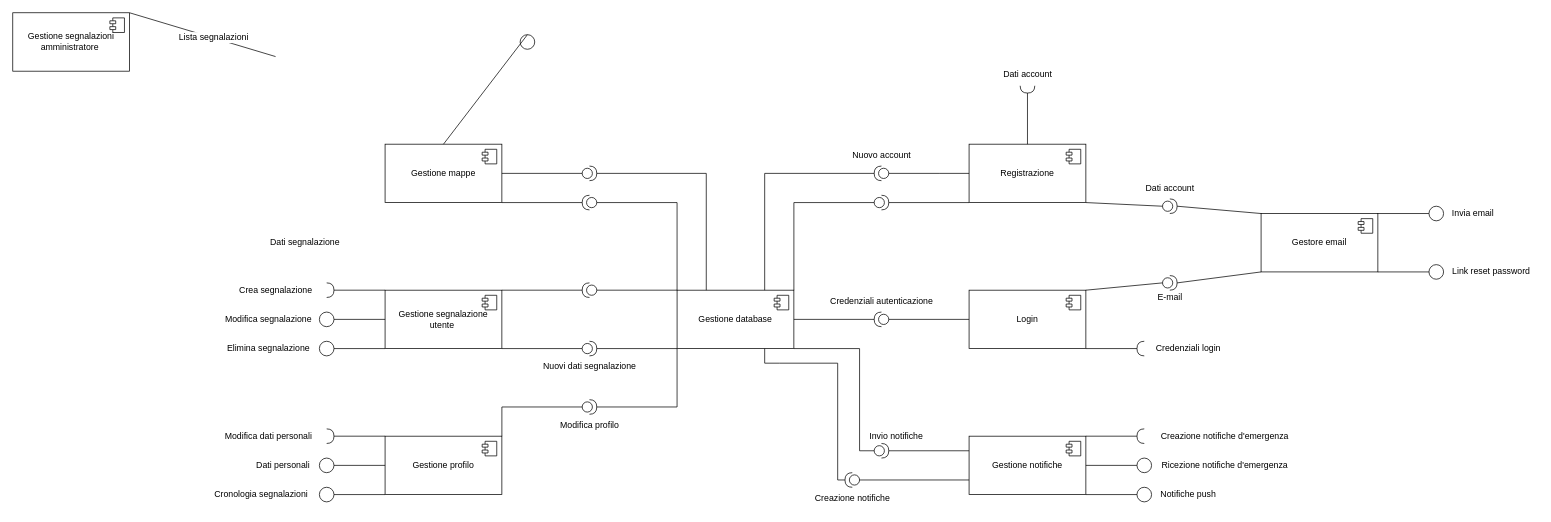
The draw.io diagram page "Copia di Pagina-1" (2 of 2) of ComponentDiagram.drawio in LucaBarbolini/Prova1, before the edit. Source tidied: cells renumbered, new cells numbered last; positions are measured from the earlier drawing's top-left corner, leaving out a move shared by most shapes. Both pictures are drawn from the tidied source at 73%, with x=0, y=0 at pixel (12, 12).
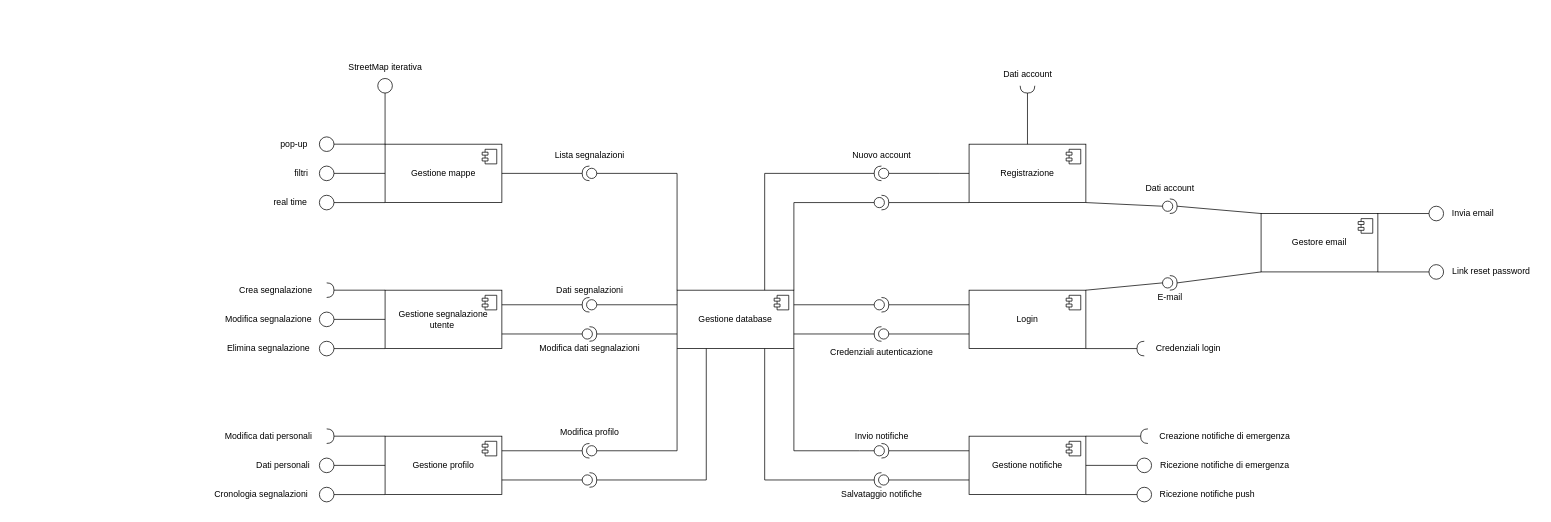
The same diagram, later.

The change refers to these unchanged cells:
```xml
<mxCell id="2" value="Gestione database" style="html=1;whiteSpace=wrap;" parent="1" vertex="1">
  <mxGeometry x="910" y="380" width="160" height="80" as="geometry" />
</mxCell>
<mxCell id="8" value="Login" style="html=1;whiteSpace=wrap;" parent="1" vertex="1">
  <mxGeometry x="1310" y="380" width="160" height="80" as="geometry" />
</mxCell>
<mxCell id="10" value="Gestione profilo" style="html=1;whiteSpace=wrap;" parent="1" vertex="1">
  <mxGeometry x="510" y="580" width="160" height="80" as="geometry" />
</mxCell>
<mxCell id="12" value="Gestione segnalazione utente&amp;nbsp;" style="html=1;whiteSpace=wrap;" parent="1" vertex="1">
  <mxGeometry x="510" y="380" width="160" height="80" as="geometry" />
</mxCell>
<mxCell id="14" value="Gestione mappe" style="html=1;whiteSpace=wrap;" parent="1" vertex="1">
  <mxGeometry x="510" y="180" width="160" height="80" as="geometry" />
</mxCell>
<mxCell id="84" style="shape=providedRequiredInterface;html=1;verticalLabelPosition=bottom;sketch=0;direction=east;rotation=0;" parent="1" vertex="1">
  <mxGeometry x="1180" y="590" width="20" height="20" as="geometry" />
</mxCell>
```

Diff of the diagram source:
```diff
@@
     <mxCell id="49" style="shape=providedRequiredInterface;html=1;verticalLabelPosition=bottom;sketch=0;direction=west;rotation=0;" parent="1" vertex="1">
-      <mxGeometry x="1180" y="410" width="20" height="20" as="geometry" />
+      <mxGeometry x="1180" y="430" width="20" height="20" as="geometry" />
     </mxCell>
-    <mxCell id="50" style="endArrow=none;html=1;rounded=0;entryX=1;entryY=0.5;entryDx=0;entryDy=0;entryPerimeter=0;exitX=1;exitY=0.5;exitDx=0;exitDy=0;" parent="1" edge="1" source="2" target="49">
+    <mxCell id="50" style="endArrow=none;html=1;rounded=0;entryX=1;entryY=0.5;entryDx=0;entryDy=0;entryPerimeter=0;exitX=1;exitY=0.75;exitDx=0;exitDy=0;" parent="1" edge="1" source="2" target="49">
       <mxGeometry relative="1" as="geometry" />
     </mxCell>
-    <mxCell id="51" style="endArrow=none;html=1;rounded=0;entryX=0;entryY=0.5;entryDx=0;entryDy=0;exitX=0;exitY=0.5;exitDx=0;exitDy=0;exitPerimeter=0;" parent="1" edge="1" source="49" target="8">
+    <mxCell id="51" style="endArrow=none;html=1;rounded=0;entryX=0;entryY=0.75;entryDx=0;entryDy=0;exitX=0;exitY=0.5;exitDx=0;exitDy=0;exitPerimeter=0;" parent="1" edge="1" source="49" target="8">
       <mxGeometry relative="1" as="geometry" />
     </mxCell>
     <mxCell id="52" value="Credenziali autenticazione" style="text;html=1;align=center;verticalAlign=middle;strokeColor=none;fillColor=none;" parent="1" vertex="1">
-      <mxGeometry x="1110" y="380" width="160" height="30" as="geometry" />
+      <mxGeometry x="1110" y="450" width="160" height="30" as="geometry" />
     </mxCell>
@@
-    <mxCell id="56" style="shape=providedRequiredInterface;html=1;verticalLabelPosition=bottom;sketch=0;direction=west;" parent="1" vertex="1">
-      <mxGeometry x="780" y="250" width="20" height="20" as="geometry" />
-    </mxCell>
-    <mxCell id="57" style="endArrow=none;html=1;rounded=0;entryX=0;entryY=0;entryDx=0;entryDy=0;exitX=0;exitY=0.5;exitDx=0;exitDy=0;exitPerimeter=0;" parent="1" edge="1" source="56" target="2">
-      <mxGeometry relative="1" as="geometry">
-        <Array as="points">
-          <mxPoint x="910" y="260" />
-        </Array>
-      </mxGeometry>
-    </mxCell>
-    <mxCell id="58" style="endArrow=none;html=1;rounded=0;entryX=1;entryY=1;entryDx=0;entryDy=0;exitX=1;exitY=0.5;exitDx=0;exitDy=0;exitPerimeter=0;" parent="1" edge="1" source="56" target="14">
-      <mxGeometry relative="1" as="geometry" />
-    </mxCell>
-    <mxCell id="59" style="ellipse;whiteSpace=wrap;html=1;" parent="1" vertex="1">
-      <mxGeometry x="695" y="30" width="20" height="20" as="geometry" />
+    <mxCell id="59" style="ellipse;whiteSpace=wrap;html=1;direction=south;" parent="1" vertex="1">
+      <mxGeometry x="420" y="170" width="20" height="20" as="geometry" />
     </mxCell>
-    <mxCell id="60" style="endArrow=none;html=1;rounded=0;entryX=0.5;entryY=0;entryDx=0;entryDy=0;exitX=0.5;exitY=0;exitDx=0;exitDy=0;" parent="1" edge="1" source="59" target="14">
+    <mxCell id="60" style="endArrow=none;html=1;rounded=0;entryX=0;entryY=0;entryDx=0;entryDy=0;exitX=0.5;exitY=0;exitDx=0;exitDy=0;" parent="1" edge="1" source="59" target="14">
       <mxGeometry relative="1" as="geometry" />
     </mxCell>
-    <mxCell id="61" style="shape=providedRequiredInterface;html=1;verticalLabelPosition=bottom;sketch=0;direction=east;" parent="1" vertex="1">
-      <mxGeometry x="780" y="530" width="20" height="20" as="geometry" />
+    <mxCell id="61" style="shape=providedRequiredInterface;html=1;verticalLabelPosition=bottom;sketch=0;direction=west;" parent="1" vertex="1">
+      <mxGeometry x="780" y="590" width="20" height="20" as="geometry" />
     </mxCell>
-    <mxCell id="62" style="endArrow=none;html=1;rounded=0;entryX=0;entryY=1;entryDx=0;entryDy=0;exitX=1;exitY=0.5;exitDx=0;exitDy=0;exitPerimeter=0;" parent="1" edge="1" source="61" target="2">
+    <mxCell id="62" style="endArrow=none;html=1;rounded=0;entryX=0;entryY=1;entryDx=0;entryDy=0;exitX=0;exitY=0.5;exitDx=0;exitDy=0;exitPerimeter=0;" parent="1" edge="1" source="61" target="2">
       <mxGeometry relative="1" as="geometry">
         <Array as="points">
-          <mxPoint x="910" y="540" />
+          <mxPoint x="910" y="600" />
         </Array>
       </mxGeometry>
     </mxCell>
-    <mxCell id="63" style="endArrow=none;html=1;rounded=0;entryX=1;entryY=0;entryDx=0;entryDy=0;exitX=0;exitY=0.5;exitDx=0;exitDy=0;exitPerimeter=0;" parent="1" edge="1" source="61" target="10">
-      <mxGeometry relative="1" as="geometry">
-        <Array as="points">
-          <mxPoint x="670" y="540" />
-        </Array>
-      </mxGeometry>
+    <mxCell id="63" style="endArrow=none;html=1;rounded=0;entryX=1;entryY=0.25;entryDx=0;entryDy=0;exitX=1;exitY=0.5;exitDx=0;exitDy=0;exitPerimeter=0;" parent="1" edge="1" source="61" target="10">
+      <mxGeometry relative="1" as="geometry" />
     </mxCell>
     <mxCell id="64" value="Modifica profilo" style="text;html=1;align=center;verticalAlign=middle;strokeColor=none;fillColor=none;" parent="1" vertex="1">
-      <mxGeometry x="740" y="550" width="100" height="30" as="geometry" />
+      <mxGeometry x="740" y="560" width="100" height="30" as="geometry" />
     </mxCell>
-    <mxCell id="65" style="endArrow=none;html=1;rounded=0;entryX=0;entryY=0;entryDx=0;entryDy=0;exitX=0;exitY=0.5;exitDx=0;exitDy=0;exitPerimeter=0;" parent="1" edge="1" source="70" target="2">
+    <mxCell id="65" style="endArrow=none;html=1;rounded=0;entryX=0;entryY=0.25;entryDx=0;entryDy=0;exitX=0;exitY=0.5;exitDx=0;exitDy=0;exitPerimeter=0;" parent="1" edge="1" source="70" target="2">
       <mxGeometry relative="1" as="geometry" />
     </mxCell>
-    <mxCell id="66" style="endArrow=none;html=1;rounded=0;entryX=0;entryY=1;entryDx=0;entryDy=0;exitX=1;exitY=0.5;exitDx=0;exitDy=0;exitPerimeter=0;" parent="1" edge="1" source="69" target="2">
+    <mxCell id="66" style="endArrow=none;html=1;rounded=0;entryX=0;entryY=0.75;entryDx=0;entryDy=0;exitX=1;exitY=0.5;exitDx=0;exitDy=0;exitPerimeter=0;" parent="1" edge="1" source="69" target="2">
       <mxGeometry relative="1" as="geometry" />
     </mxCell>
-    <mxCell id="67" style="endArrow=none;html=1;rounded=0;exitX=1;exitY=1;exitDx=0;exitDy=0;entryX=0;entryY=0.5;entryDx=0;entryDy=0;entryPerimeter=0;" parent="1" edge="1" source="12" target="69">
+    <mxCell id="67" style="endArrow=none;html=1;rounded=0;exitX=1;exitY=0.75;exitDx=0;exitDy=0;entryX=0;entryY=0.5;entryDx=0;entryDy=0;entryPerimeter=0;" parent="1" edge="1" source="12" target="69">
       <mxGeometry relative="1" as="geometry" />
     </mxCell>
-    <mxCell id="68" style="endArrow=none;html=1;rounded=0;exitX=1;exitY=0;exitDx=0;exitDy=0;entryX=1;entryY=0.5;entryDx=0;entryDy=0;entryPerimeter=0;" parent="1" edge="1" source="12" target="70">
+    <mxCell id="68" style="endArrow=none;html=1;rounded=0;exitX=1;exitY=0.25;exitDx=0;exitDy=0;entryX=1;entryY=0.5;entryDx=0;entryDy=0;entryPerimeter=0;" parent="1" edge="1" source="12" target="70">
       <mxGeometry relative="1" as="geometry" />
     </mxCell>
     <mxCell id="69" style="shape=providedRequiredInterface;html=1;verticalLabelPosition=bottom;sketch=0;direction=east;" parent="1" vertex="1">
-      <mxGeometry x="780" y="450" width="20" height="20" as="geometry" />
+      <mxGeometry x="780" y="430" width="20" height="20" as="geometry" />
     </mxCell>
     <mxCell id="70" style="shape=providedRequiredInterface;html=1;verticalLabelPosition=bottom;sketch=0;direction=west;" parent="1" vertex="1">
-      <mxGeometry x="780" y="370" width="20" height="20" as="geometry" />
+      <mxGeometry x="780" y="390" width="20" height="20" as="geometry" />
     </mxCell>
-    <mxCell id="71" value="Dati segnalazione" style="text;html=1;align=center;verticalAlign=middle;strokeColor=none;fillColor=none;" parent="1" vertex="1">
-      <mxGeometry x="340" y="300" width="120" height="30" as="geometry" />
-    </mxCell>
-    <mxCell id="72" value="Nuovi dati segnalazione" style="text;html=1;align=center;verticalAlign=middle;strokeColor=none;fillColor=none;" parent="1" vertex="1">
-      <mxGeometry x="715" y="470" width="150" height="30" as="geometry" />
+    <mxCell id="72" value="Modifica dati segnalazioni" style="text;html=1;align=center;verticalAlign=middle;strokeColor=none;fillColor=none;" parent="1" vertex="1">
+      <mxGeometry x="710" y="445" width="160" height="30" as="geometry" />
     </mxCell>
@@
-    <mxCell id="79" value="Notifiche push" style="text;html=1;align=center;verticalAlign=middle;strokeColor=none;fillColor=none;" parent="1" vertex="1">
-      <mxGeometry x="1560" y="645" width="100" height="30" as="geometry" />
+    <mxCell id="79" value="Ricezione notifiche push" style="text;html=1;align=center;verticalAlign=middle;strokeColor=none;fillColor=none;" parent="1" vertex="1">
+      <mxGeometry x="1561" y="645" width="150" height="30" as="geometry" />
     </mxCell>
-    <mxCell id="80" value="Ricezione notifiche d'emergenza" style="text;html=1;align=center;verticalAlign=middle;strokeColor=none;fillColor=none;" parent="1" vertex="1">
+    <mxCell id="80" value="Ricezione notifiche di emergenza" style="text;html=1;align=center;verticalAlign=middle;strokeColor=none;fillColor=none;" parent="1" vertex="1">
       <mxGeometry x="1560" y="605" width="200" height="30" as="geometry" />
     </mxCell>
     <mxCell id="81" style="shape=requiredInterface;html=1;verticalLabelPosition=bottom;sketch=0;direction=west;" parent="1" vertex="1">
-      <mxGeometry x="1540" y="570" width="10" height="20" as="geometry" />
+      <mxGeometry x="1545" y="570" width="10" height="20" as="geometry" />
     </mxCell>
@@
-    <mxCell id="83" value="Creazione notifiche d'emergenza" style="text;html=1;align=center;verticalAlign=middle;strokeColor=none;fillColor=none;" parent="1" vertex="1">
-      <mxGeometry x="1560" y="565" width="200" height="30" as="geometry" />
-    </mxCell>
@@
     <mxCell id="85" style="shape=providedRequiredInterface;html=1;verticalLabelPosition=bottom;sketch=0;direction=west;rotation=0;" parent="1" vertex="1">
-      <mxGeometry x="1140" y="630" width="20" height="20" as="geometry" />
+      <mxGeometry x="1180" y="630" width="20" height="20" as="geometry" />
     </mxCell>
     <mxCell id="86" style="endArrow=none;html=1;rounded=0;exitX=0.75;exitY=1;exitDx=0;exitDy=0;entryX=1;entryY=0.5;entryDx=0;entryDy=0;entryPerimeter=0;" parent="1" edge="1" source="2" target="85">
       <mxGeometry relative="1" as="geometry">
         <Array as="points">
-          <mxPoint x="1030" y="480" />
-          <mxPoint x="1050" y="480" />
-          <mxPoint x="1130" y="480" />
-          <mxPoint x="1130" y="640" />
+          <mxPoint x="1030" y="640" />
         </Array>
       </mxGeometry>
     </mxCell>
-    <mxCell id="87" style="endArrow=none;html=1;rounded=0;entryX=1;entryY=1;entryDx=0;entryDy=0;" parent="1" edge="1" target="2">
-      <mxGeometry relative="1" as="geometry">
-        <mxPoint x="1160" y="460" as="sourcePoint" />
-      </mxGeometry>
-    </mxCell>
-    <mxCell id="88" value="Creazione notifiche" style="text;html=1;align=center;verticalAlign=middle;strokeColor=none;fillColor=none;" parent="1" vertex="1">
-      <mxGeometry x="1085" y="650" width="130" height="30" as="geometry" />
+    <mxCell id="88" value="Creazione notifiche di emergenza" style="text;html=1;align=center;verticalAlign=middle;strokeColor=none;fillColor=none;" parent="1" vertex="1">
+      <mxGeometry x="1560" y="565" width="200" height="30" as="geometry" />
     </mxCell>
     <mxCell id="89" value="Invio notifiche" style="text;html=1;align=center;verticalAlign=middle;strokeColor=none;fillColor=none;" parent="1" vertex="1">
-      <mxGeometry x="1160" y="565" width="100" height="30" as="geometry" />
+      <mxGeometry x="1140" y="565" width="100" height="30" as="geometry" />
     </mxCell>
@@
-    <mxCell id="92" style="endArrow=none;html=1;rounded=0;exitX=0;exitY=0.5;exitDx=0;exitDy=0;exitPerimeter=0;" parent="1" edge="1" source="84">
+    <mxCell id="92" style="endArrow=none;html=1;rounded=0;exitX=0;exitY=0.5;exitDx=0;exitDy=0;exitPerimeter=0;entryX=1;entryY=1;entryDx=0;entryDy=0;" parent="1" edge="1" source="84" target="2">
       <mxGeometry relative="1" as="geometry">
-        <mxPoint x="1160" y="460" as="targetPoint" />
         <Array as="points">
           <mxPoint x="1160" y="600" />
+          <mxPoint x="1070" y="600" />
         </Array>
       </mxGeometry>
     </mxCell>
-    <mxCell id="93" value="Gestione segnalazioni amministratore&amp;nbsp;" style="html=1;whiteSpace=wrap;" parent="1" vertex="1">
-      <mxGeometry width="160" height="80" as="geometry" />
-    </mxCell>
-    <mxCell id="94" style="shape=module;jettyWidth=8;jettyHeight=4;" parent="93" vertex="1">
-      <mxGeometry x="1" width="20" height="20" relative="1" as="geometry">
-        <mxPoint x="-27" y="7" as="offset" />
-      </mxGeometry>
-    </mxCell>
-    <mxCell id="95" style="endArrow=none;html=1;rounded=0;exitX=1;exitY=0;exitDx=0;exitDy=0;" parent="1" edge="1" source="93">
-      <mxGeometry relative="1" as="geometry">
-        <mxPoint x="360" y="60" as="targetPoint" />
-      </mxGeometry>
-    </mxCell>
-    <mxCell id="96" value="&lt;span style=&quot;font-size: 12px;&quot;&gt;Lista segnalazioni&lt;/span&gt;" style="edgeLabel;html=1;align=center;verticalAlign=middle;labelBackgroundColor=light-dark(#ffffff, #ededed);" parent="95" vertex="1">
-      <mxGeometry x="0.14" y="1" relative="1" as="geometry" />
-    </mxCell>
@@
-    <mxCell id="107" style="shape=providedRequiredInterface;html=1;verticalLabelPosition=bottom;sketch=0;direction=east;" parent="1" vertex="1">
+    <mxCell id="107" style="shape=providedRequiredInterface;html=1;verticalLabelPosition=bottom;sketch=0;direction=west;" parent="1" vertex="1">
       <mxGeometry x="780" y="210" width="20" height="20" as="geometry" />
     </mxCell>
-    <mxCell id="108" style="endArrow=none;html=1;rounded=0;entryX=1;entryY=0.5;entryDx=0;entryDy=0;exitX=0;exitY=0.5;exitDx=0;exitDy=0;exitPerimeter=0;" parent="1" edge="1" source="107" target="14">
+    <mxCell id="108" style="endArrow=none;html=1;rounded=0;entryX=1;entryY=0.5;entryDx=0;entryDy=0;exitX=1;exitY=0.5;exitDx=0;exitDy=0;exitPerimeter=0;" parent="1" edge="1" source="107" target="14">
       <mxGeometry relative="1" as="geometry" />
     </mxCell>
-    <mxCell id="109" style="endArrow=none;html=1;rounded=0;entryX=0.25;entryY=0;entryDx=0;entryDy=0;exitX=1;exitY=0.5;exitDx=0;exitDy=0;exitPerimeter=0;" parent="1" edge="1" source="107" target="2">
+    <mxCell id="109" style="endArrow=none;html=1;rounded=0;entryX=0;entryY=0;entryDx=0;entryDy=0;exitX=0;exitY=0.5;exitDx=0;exitDy=0;exitPerimeter=0;" parent="1" edge="1" source="107" target="2">
       <mxGeometry relative="1" as="geometry">
         <Array as="points">
-          <mxPoint x="950" y="220" />
+          <mxPoint x="910" y="220" />
         </Array>
       </mxGeometry>
     </mxCell>
+    <mxCell id="110" style="shape=providedRequiredInterface;html=1;verticalLabelPosition=bottom;sketch=0;direction=east;" parent="1" vertex="1">
+      <mxGeometry x="780" y="630" width="20" height="20" as="geometry" />
+    </mxCell>
+    <mxCell id="111" style="endArrow=none;html=1;rounded=0;entryX=0.25;entryY=1;entryDx=0;entryDy=0;exitX=1;exitY=0.5;exitDx=0;exitDy=0;exitPerimeter=0;" parent="1" edge="1" source="110" target="2">
+      <mxGeometry relative="1" as="geometry">
+        <Array as="points">
+          <mxPoint x="950" y="640" />
+        </Array>
+      </mxGeometry>
+    </mxCell>
+    <mxCell id="112" style="endArrow=none;html=1;rounded=0;exitX=1;exitY=0.75;exitDx=0;exitDy=0;entryX=0;entryY=0.5;entryDx=0;entryDy=0;entryPerimeter=0;" parent="1" edge="1" source="10" target="110">
+      <mxGeometry relative="1" as="geometry" />
+    </mxCell>
+    <mxCell id="113" style="shape=providedRequiredInterface;html=1;verticalLabelPosition=bottom;sketch=0;direction=east;rotation=0;" parent="1" vertex="1">
+      <mxGeometry x="1180" y="390" width="20" height="20" as="geometry" />
+    </mxCell>
+    <mxCell id="114" style="endArrow=none;html=1;rounded=0;entryX=0;entryY=0.5;entryDx=0;entryDy=0;entryPerimeter=0;exitX=1;exitY=0.25;exitDx=0;exitDy=0;" parent="1" edge="1" source="2" target="113">
+      <mxGeometry relative="1" as="geometry" />
+    </mxCell>
+    <mxCell id="115" style="endArrow=none;html=1;rounded=0;entryX=0;entryY=0.25;entryDx=0;entryDy=0;exitX=1;exitY=0.5;exitDx=0;exitDy=0;exitPerimeter=0;" parent="1" edge="1" source="113" target="8">
+      <mxGeometry relative="1" as="geometry" />
+    </mxCell>
+    <mxCell id="116" value="Salvataggio notifiche" style="text;html=1;align=center;verticalAlign=middle;strokeColor=none;fillColor=none;" parent="1" vertex="1">
+      <mxGeometry x="1125" y="645" width="130" height="30" as="geometry" />
+    </mxCell>
+    <mxCell id="96" value="Lista segnalazioni" style="text;html=1;align=center;verticalAlign=middle;strokeColor=none;fillColor=none;" parent="1" vertex="1">
+      <mxGeometry x="730" y="180" width="120" height="30" as="geometry" />
+    </mxCell>
+    <mxCell id="117" style="ellipse;whiteSpace=wrap;html=1;direction=south;" parent="1" vertex="1">
+      <mxGeometry x="420" y="250" width="20" height="20" as="geometry" />
+    </mxCell>
+    <mxCell id="118" style="ellipse;whiteSpace=wrap;html=1;direction=south;" parent="1" vertex="1">
+      <mxGeometry x="500" y="90" width="20" height="20" as="geometry" />
+    </mxCell>
+    <mxCell id="119" style="ellipse;whiteSpace=wrap;html=1;direction=south;" parent="1" vertex="1">
+      <mxGeometry x="420" y="210" width="20" height="20" as="geometry" />
+    </mxCell>
+    <mxCell id="120" style="endArrow=none;html=1;rounded=0;entryX=0;entryY=0.5;entryDx=0;entryDy=0;exitX=0.5;exitY=0;exitDx=0;exitDy=0;" parent="1" edge="1" source="119" target="14">
+      <mxGeometry relative="1" as="geometry" />
+    </mxCell>
+    <mxCell id="121" style="endArrow=none;html=1;rounded=0;entryX=0;entryY=1;entryDx=0;entryDy=0;exitX=0.5;exitY=0;exitDx=0;exitDy=0;" parent="1" edge="1" source="117" target="14">
+      <mxGeometry relative="1" as="geometry" />
+    </mxCell>
+    <mxCell id="122" style="endArrow=none;html=1;rounded=0;entryX=0;entryY=0;entryDx=0;entryDy=0;exitX=1;exitY=0.5;exitDx=0;exitDy=0;" parent="1" edge="1" source="118" target="14">
+      <mxGeometry relative="1" as="geometry" />
+    </mxCell>
+    <mxCell id="123" value="StreetMap iterativa" style="text;html=1;align=center;verticalAlign=middle;strokeColor=none;fillColor=none;" parent="1" vertex="1">
+      <mxGeometry x="450" y="60" width="120" height="30" as="geometry" />
+    </mxCell>
+    <mxCell id="124" value="pop-up" style="text;html=1;align=center;verticalAlign=middle;strokeColor=none;fillColor=none;" parent="1" vertex="1">
+      <mxGeometry x="355" y="165" width="60" height="30" as="geometry" />
+    </mxCell>
+    <mxCell id="125" value="filtri" style="text;html=1;align=center;verticalAlign=middle;strokeColor=none;fillColor=none;" parent="1" vertex="1">
+      <mxGeometry x="375" y="205" width="40" height="30" as="geometry" />
+    </mxCell>
+    <mxCell id="126" value="real time" style="text;html=1;align=center;verticalAlign=middle;strokeColor=none;fillColor=none;" parent="1" vertex="1">
+      <mxGeometry x="345" y="245" width="70" height="30" as="geometry" />
+    </mxCell>
+    <mxCell id="127" value="Dati segnalazioni" style="text;html=1;align=center;verticalAlign=middle;strokeColor=none;fillColor=none;" parent="1" vertex="1">
+      <mxGeometry x="735" y="365" width="110" height="30" as="geometry" />
+    </mxCell>
```
